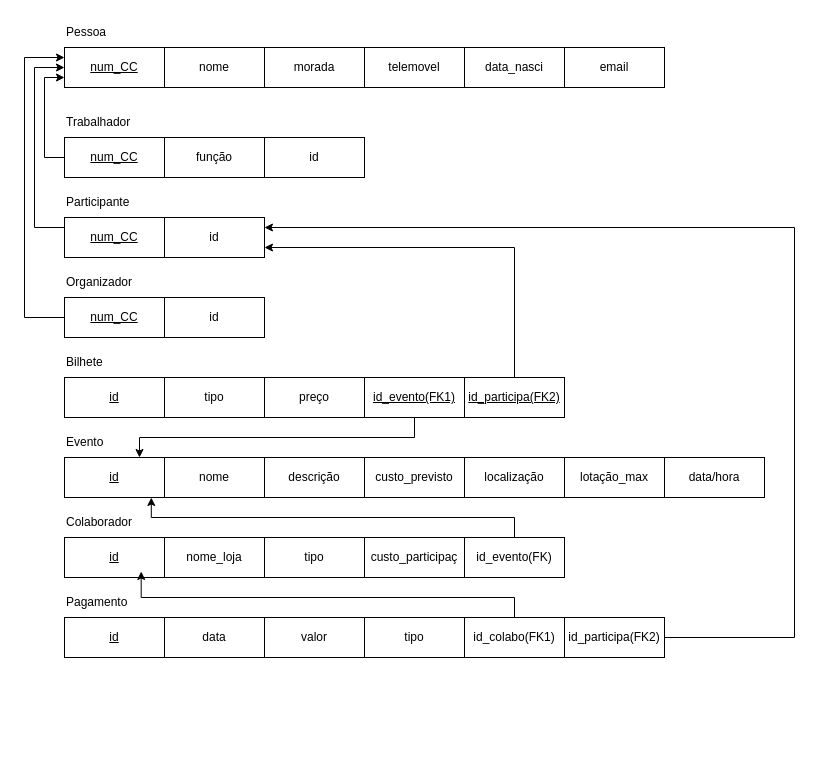
Before: ER_projeto.drawio in rtavares018/BD, a draw.io diagram. Source tidied: cells renumbered, new cells numbered last; positions are measured from the earlier drawing's top-left corner, leaving out a move shared by most shapes. Both pictures are drawn from the tidied source at 100%, with x=0, y=0 at pixel (24, 17).
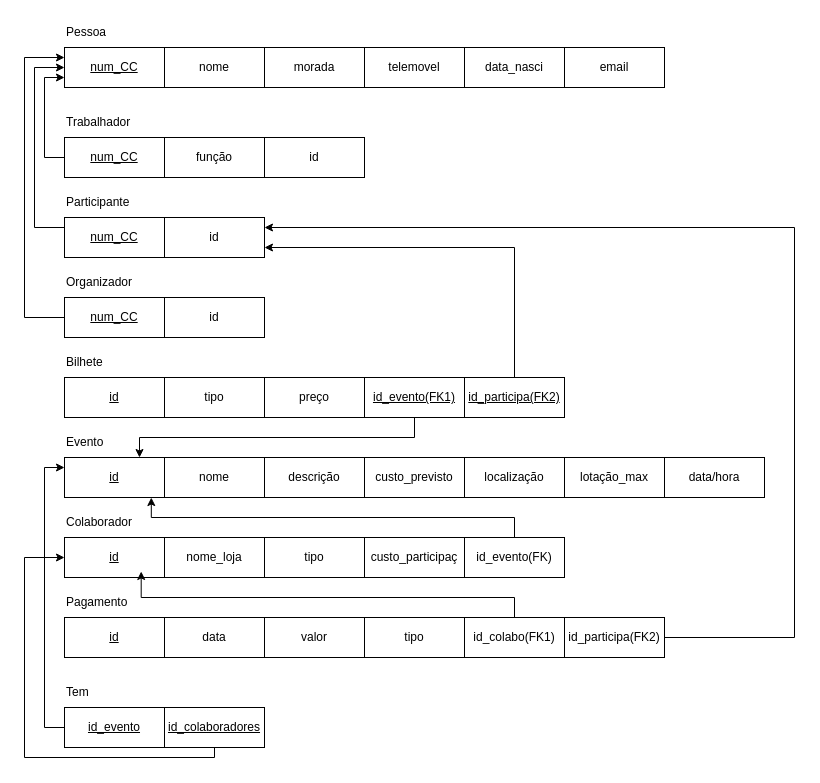
The same diagram, later.

Unchanged cells that the change refers to:
```xml
<mxCell id="27" value="id" style="rounded=0;whiteSpace=wrap;html=1;fontStyle=4;" parent="1" vertex="1">
  <mxGeometry x="40" y="440" width="100" height="40" as="geometry" />
</mxCell>
```

Diff of the diagram source:
```diff
@@
+    <mxCell id="54" value="Tem" style="text;html=1;align=left;verticalAlign=middle;whiteSpace=wrap;rounded=0;" parent="1" vertex="1">
+      <mxGeometry x="40" y="660" width="60" height="30" as="geometry" />
+    </mxCell>
+    <mxCell id="55" style="edgeStyle=orthogonalEdgeStyle;rounded=0;jettySize=auto;html=1;entryX=0;entryY=0.25;entryDx=0;entryDy=0;" parent="1" edge="1" source="56" target="27">
+      <mxGeometry relative="1" as="geometry">
+        <Array as="points">
+          <mxPoint x="20" y="710" />
+          <mxPoint x="20" y="450" />
+        </Array>
+      </mxGeometry>
+    </mxCell>
+    <mxCell id="56" value="&lt;u&gt;id_evento&lt;/u&gt;" style="rounded=0;whiteSpace=wrap;html=1;fontStyle=0;" parent="1" vertex="1">
+      <mxGeometry x="40" y="690" width="100" height="40" as="geometry" />
+    </mxCell>
+    <mxCell id="57" style="edgeStyle=orthogonalEdgeStyle;rounded=0;jettySize=auto;html=1;" parent="1" edge="1" source="58">
+      <mxGeometry relative="1" as="geometry">
+        <mxPoint x="40" y="540" as="targetPoint" />
+        <Array as="points">
+          <mxPoint x="190" y="740" />
+          <mxPoint y="740" />
+          <mxPoint y="540" />
+        </Array>
+      </mxGeometry>
+    </mxCell>
+    <mxCell id="58" value="id_colaboradores" style="rounded=0;whiteSpace=wrap;html=1;fontStyle=4;" parent="1" vertex="1">
+      <mxGeometry x="140" y="690" width="100" height="40" as="geometry" />
+    </mxCell>
```
